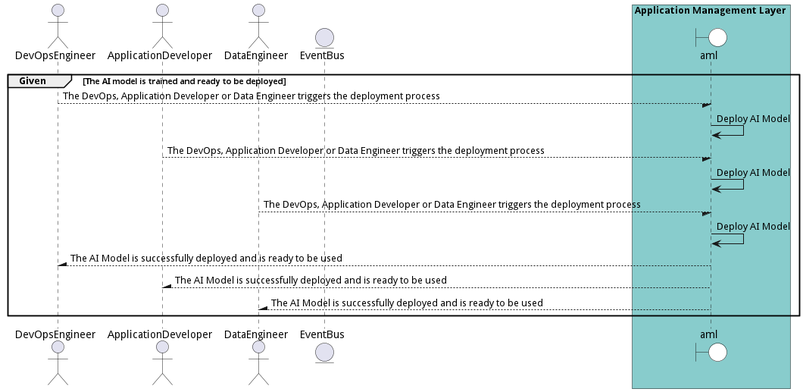
Earlier version of the PlantUML export docs/edgemere/aml/usecases/ManageAIModels/DeployAIModel.png (madajaju/edgemere). Its diagram source:
```plantuml
@startuml


actor "DevOpsEngineer"

actor "ApplicationDeveloper"

actor "DataEngineer"


entity EventBus

box Application Management Layer #88cccc
    boundary aml #white
end box


group Given [The AI model is trained and ready to be deployed]

"DevOpsEngineer" --/ aml: The DevOps, Application Developer or Data Engineer triggers the deployment process
"aml" -> aml: Deploy AI Model


"ApplicationDeveloper" --/ aml: The DevOps, Application Developer or Data Engineer triggers the deployment process
"aml" -> aml: Deploy AI Model


"DataEngineer" --/ aml: The DevOps, Application Developer or Data Engineer triggers the deployment process
"aml" -> aml: Deploy AI Model



"DevOpsEngineer" /-- aml: The AI Model is successfully deployed and is ready to be used

"ApplicationDeveloper" /-- aml: The AI Model is successfully deployed and is ready to be used

"DataEngineer" /-- aml: The AI Model is successfully deployed and is ready to be used


end

@enduml
```
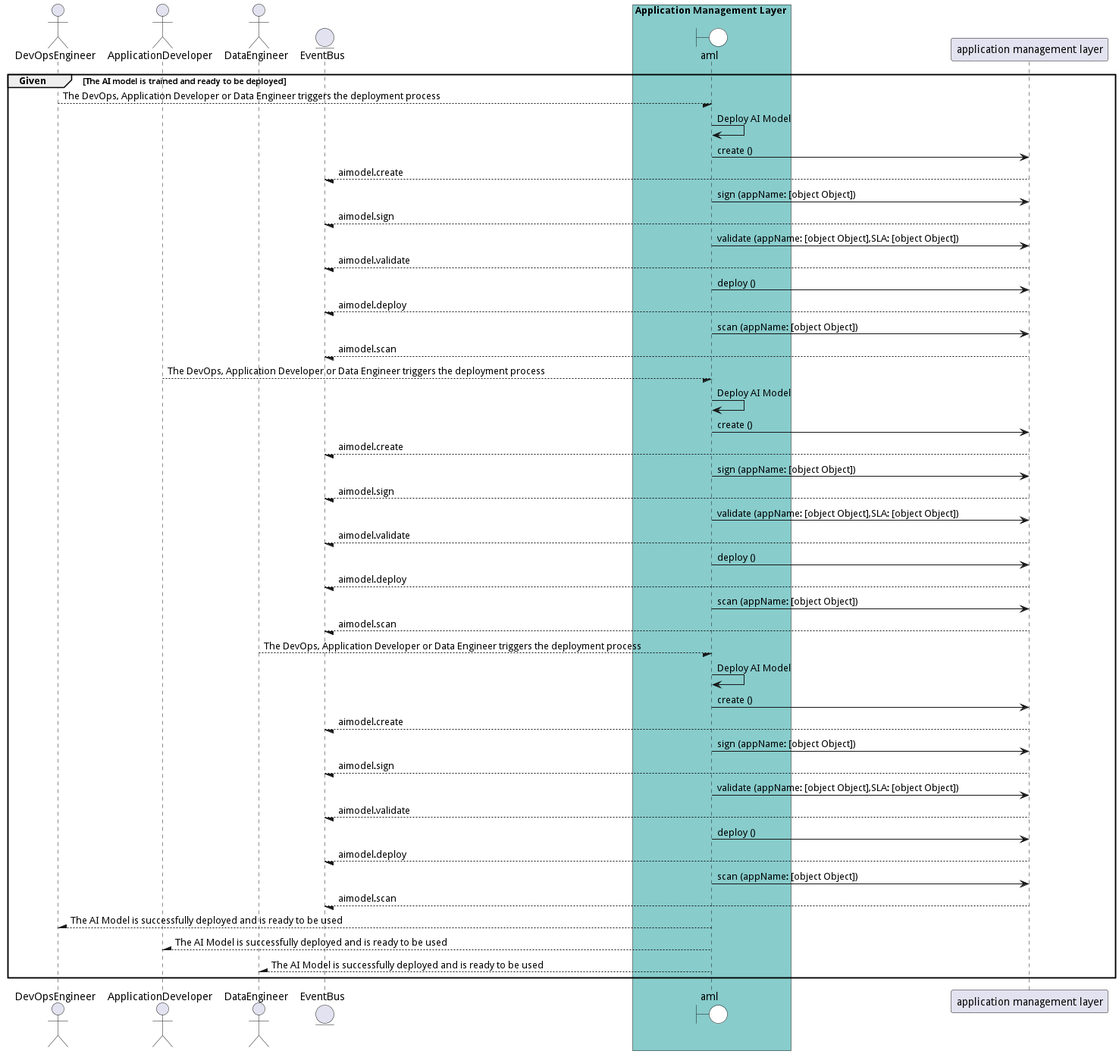
After the change.

The edit, as a diff of the source:
```diff
@@ -15,18 +15,81 @@
 end box
 
 
+box Application Management Layer #88cccc
+    end box
+
 group Given [The AI model is trained and ready to be deployed]
 
 "DevOpsEngineer" --/ aml: The DevOps, Application Developer or Data Engineer triggers the deployment process
 "aml" -> aml: Deploy AI Model
 
+    aml -> "application management layer": create ()
+
+    "application management layer" --/ EventBus: aimodel.create
+
+    aml -> "application management layer": sign (appName: [object Object])
+
+    "application management layer" --/ EventBus: aimodel.sign
+
+    aml -> "application management layer": validate (appName: [object Object],SLA: [object Object])
+
+    "application management layer" --/ EventBus: aimodel.validate
+
+    aml -> "application management layer": deploy ()
+
+    "application management layer" --/ EventBus: aimodel.deploy
+
+    aml -> "application management layer": scan (appName: [object Object])
+
+    "application management layer" --/ EventBus: aimodel.scan
+
 
 "ApplicationDeveloper" --/ aml: The DevOps, Application Developer or Data Engineer triggers the deployment process
 "aml" -> aml: Deploy AI Model
 
+    aml -> "application management layer": create ()
+
+    "application management layer" --/ EventBus: aimodel.create
+
+    aml -> "application management layer": sign (appName: [object Object])
+
+    "application management layer" --/ EventBus: aimodel.sign
+
+    aml -> "application management layer": validate (appName: [object Object],SLA: [object Object])
+
+    "application management layer" --/ EventBus: aimodel.validate
+
+    aml -> "application management layer": deploy ()
+
+    "application management layer" --/ EventBus: aimodel.deploy
+
+    aml -> "application management layer": scan (appName: [object Object])
+
+    "application management layer" --/ EventBus: aimodel.scan
+
 
 "DataEngineer" --/ aml: The DevOps, Application Developer or Data Engineer triggers the deployment process
 "aml" -> aml: Deploy AI Model
+
+    aml -> "application management layer": create ()
+
+    "application management layer" --/ EventBus: aimodel.create
+
+    aml -> "application management layer": sign (appName: [object Object])
+
+    "application management layer" --/ EventBus: aimodel.sign
+
+    aml -> "application management layer": validate (appName: [object Object],SLA: [object Object])
+
+    "application management layer" --/ EventBus: aimodel.validate
+
+    aml -> "application management layer": deploy ()
+
+    "application management layer" --/ EventBus: aimodel.deploy
+
+    aml -> "application management layer": scan (appName: [object Object])
+
+    "application management layer" --/ EventBus: aimodel.scan
 
 
 
```
